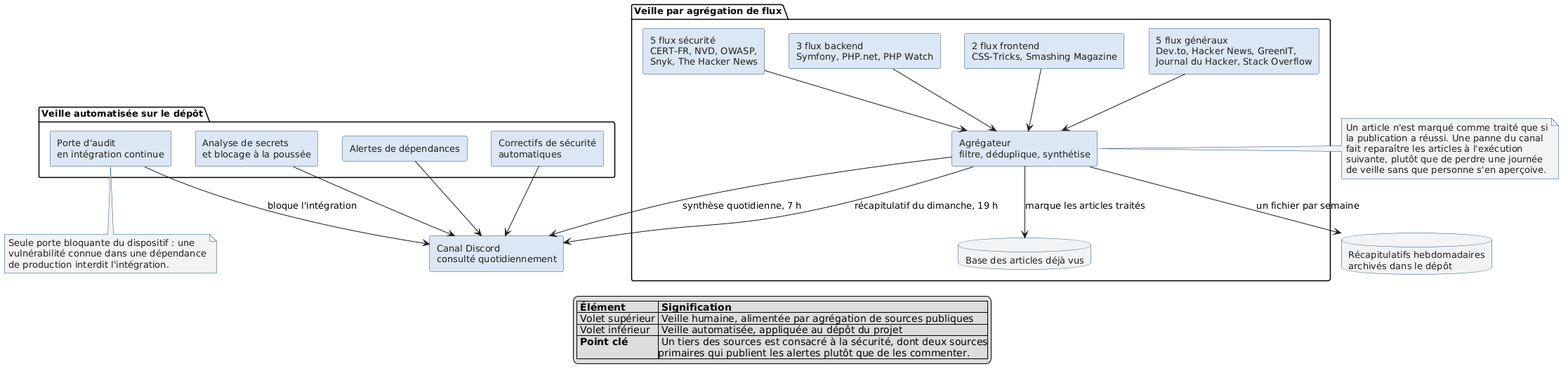
This is docs/realisation/diagrammes/dispositif-veille.png from sgahovey/creaslot, a PlantUML export, as it was before one commit. The source it was exported from:
```plantuml
@startuml dispositif-veille
skinparam shadowing false
skinparam defaultFontName Helvetica
skinparam defaultFontSize 13
skinparam rectangle {
  BorderColor #1F4E79
  BackgroundColor #DCE7F5
  FontColor #1E1E1E
}
skinparam database {
  BorderColor #1F4E79
  BackgroundColor #F1F3F5
  FontColor #1E1E1E
}
skinparam note {
  BorderColor #1F4E79
  BackgroundColor #F1F3F5
  FontColor #1E1E1E
}

package "Veille par agrégation de flux" {
  rectangle "5 flux sécurité\nCERT-FR, NVD, OWASP,\nSnyk, The Hacker News" as SEC
  rectangle "3 flux backend\nSymfony, PHP.net, PHP Watch" as BACK
  rectangle "2 flux frontend\nCSS-Tricks, Smashing Magazine" as FRONT
  rectangle "5 flux généraux\nDev.to, Hacker News, GreenIT,\nJournal du Hacker, Stack Overflow" as GEN

  rectangle "Agrégateur\nfiltre, déduplique, synthétise" as BOT
  database "Base des articles déjà vus" as SEEN
}

rectangle "Canal Discord\nconsulté quotidiennement" as DISCORD
database "Récapitulatifs hebdomadaires\narchivés dans le dépôt" as ARCHIVE

package "Veille automatisée sur le dépôt" {
  rectangle "Alertes de dépendances" as DEPALERT
  rectangle "Correctifs de sécurité\nautomatiques" as DEPFIX
  rectangle "Analyse de secrets\net blocage à la poussée" as SECRET
  rectangle "Porte d'audit\nen intégration continue" as AUDIT
}

SEC --> BOT
BACK --> BOT
FRONT --> BOT
GEN --> BOT

BOT --> SEEN : marque les articles traités
BOT --> DISCORD : synthèse quotidienne, 7 h
BOT --> DISCORD : récapitulatif du dimanche, 19 h
BOT --> ARCHIVE : un fichier par semaine

DEPALERT --> DISCORD
DEPFIX --> DISCORD
SECRET --> DISCORD
AUDIT --> DISCORD : bloque l'intégration

note right of BOT
  Un article n'est marqué comme traité que si
  la publication a réussi. Une panne du canal
  fait reparaître les articles à l'exécution
  suivante, plutôt que de perdre une journée
  de veille sans que personne s'en aperçoive.
end note

note bottom of AUDIT
  Seule porte bloquante du dispositif : une
  vulnérabilité connue dans une dépendance
  de production interdit l'intégration.
end note

legend bottom
|= Élément |= Signification |
| Volet supérieur | Veille humaine, alimentée par agrégation de sources publiques |
| Volet inférieur | Veille automatisée, appliquée au dépôt du projet |
| <b>Point clé</b> | Un tiers des sources est consacré à la sécurité, dont deux sources\nprimaires qui publient les alertes plutôt que de les commenter. |
endlegend
@enduml
```
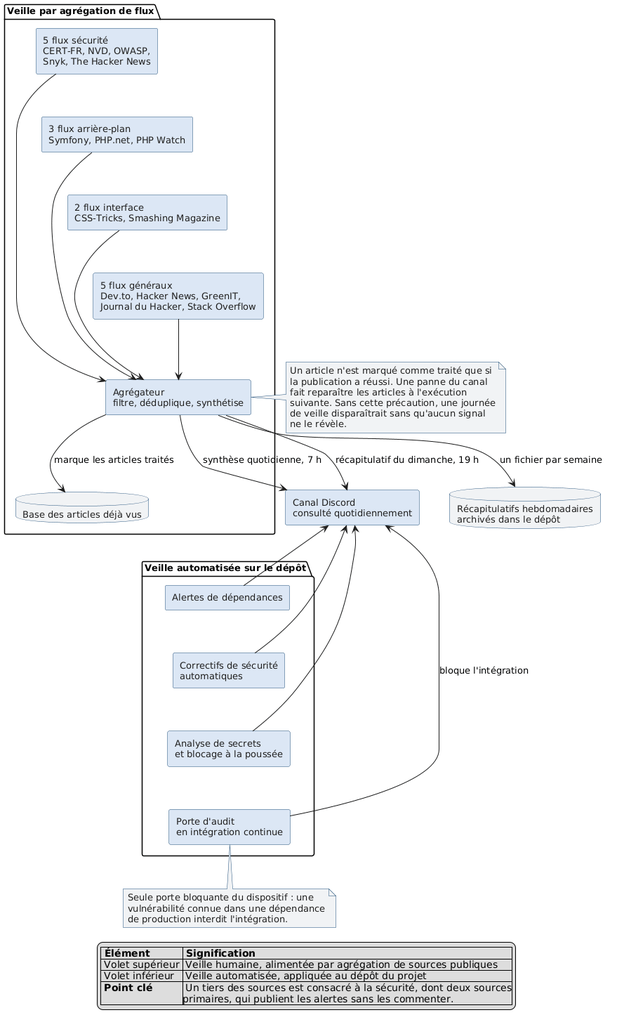
The same file after the commit.

Commit message:
docs: corrige l'audit OWASP et deux diagrammes perimes

Diff of the diagram source:
```diff
@@ -1,4 +1,5 @@
 @startuml dispositif-veille
+top to bottom direction
 skinparam shadowing false
 skinparam defaultFontName Helvetica
 skinparam defaultFontSize 13
@@ -20,8 +21,8 @@
 
 package "Veille par agrégation de flux" {
   rectangle "5 flux sécurité\nCERT-FR, NVD, OWASP,\nSnyk, The Hacker News" as SEC
-  rectangle "3 flux backend\nSymfony, PHP.net, PHP Watch" as BACK
-  rectangle "2 flux frontend\nCSS-Tricks, Smashing Magazine" as FRONT
+  rectangle "3 flux arrière-plan\nSymfony, PHP.net, PHP Watch" as BACK
+  rectangle "2 flux interface\nCSS-Tricks, Smashing Magazine" as FRONT
   rectangle "5 flux généraux\nDev.to, Hacker News, GreenIT,\nJournal du Hacker, Stack Overflow" as GEN
 
   rectangle "Agrégateur\nfiltre, déduplique, synthétise" as BOT
@@ -43,22 +44,31 @@
 FRONT --> BOT
 GEN --> BOT
 
+SEC -[hidden]-> BACK
+BACK -[hidden]-> FRONT
+FRONT -[hidden]-> GEN
+
 BOT --> SEEN : marque les articles traités
 BOT --> DISCORD : synthèse quotidienne, 7 h
 BOT --> DISCORD : récapitulatif du dimanche, 19 h
 BOT --> ARCHIVE : un fichier par semaine
 
-DEPALERT --> DISCORD
-DEPFIX --> DISCORD
-SECRET --> DISCORD
-AUDIT --> DISCORD : bloque l'intégration
+DEPALERT -up-> DISCORD
+DEPFIX -up-> DISCORD
+SECRET -up-> DISCORD
+AUDIT -up-> DISCORD : bloque l'intégration
+
+DEPALERT -[hidden]-> DEPFIX
+DEPFIX -[hidden]-> SECRET
+SECRET -[hidden]-> AUDIT
 
 note right of BOT
   Un article n'est marqué comme traité que si
   la publication a réussi. Une panne du canal
   fait reparaître les articles à l'exécution
-  suivante, plutôt que de perdre une journée
-  de veille sans que personne s'en aperçoive.
+  suivante. Sans cette précaution, une journée
+  de veille disparaîtrait sans qu'aucun signal
+  ne le révèle.
 end note
 
 note bottom of AUDIT
@@ -71,6 +81,6 @@
 |= Élément |= Signification |
 | Volet supérieur | Veille humaine, alimentée par agrégation de sources publiques |
 | Volet inférieur | Veille automatisée, appliquée au dépôt du projet |
-| <b>Point clé</b> | Un tiers des sources est consacré à la sécurité, dont deux sources\nprimaires qui publient les alertes plutôt que de les commenter. |
+| <b>Point clé</b> | Un tiers des sources est consacré à la sécurité, dont deux sources\nprimaires, qui publient les alertes sans les commenter. |
 endlegend
 @enduml
```
